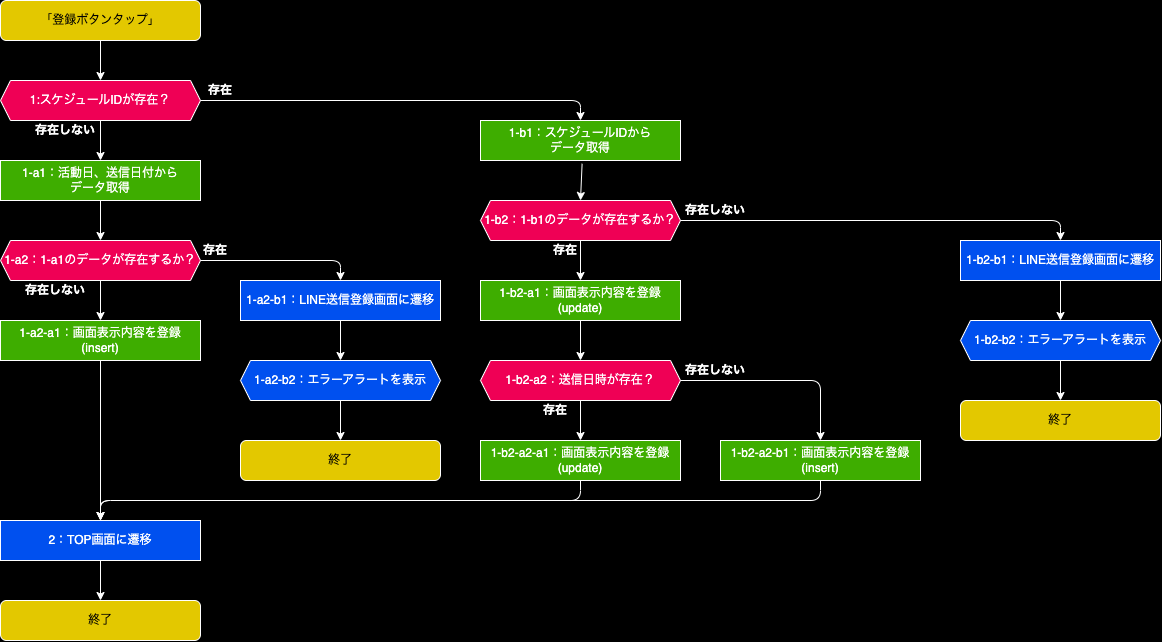
The draw.io diagram 02_裏方作業システム/01_画面設計書/05_LINE送信確認画面/flow_on_regist_button.drawio.png in ShigaFreedom/document_freedom_system, before a commit. Source tidied: cells renumbered, new cells last; positions are measured from the earlier drawing's top-left corner, leaving out a move shared by most shapes. Source of this version:
```xml
<mxGraphModel background="#000000">
  <root>
    <mxCell id="0" />
    <mxCell id="1" parent="0" />
    <mxCell id="2" value="「登録ボタンタップ」" style="rounded=1;whiteSpace=wrap;html=1;strokeColor=#FFFFFF;fillColor=#e3c800;fontColor=#000000;" parent="1" vertex="1">
      <mxGeometry width="200" height="40" as="geometry" />
    </mxCell>
    <mxCell id="3" value="1:スケジュールIDが存在？" style="shape=hexagon;perimeter=hexagonPerimeter2;whiteSpace=wrap;html=1;fixedSize=1;fillColor=#ef0055;size=10;fontColor=#FFFFFF;strokeColor=#FFFFFF;" parent="1" vertex="1">
      <mxGeometry y="80" width="200" height="40" as="geometry" />
    </mxCell>
    <mxCell id="4" style="endArrow=classic;html=1;strokeColor=#FFFFFF;exitX=0.5;exitY=1;exitDx=0;exitDy=0;entryX=0.5;entryY=0;entryDx=0;entryDy=0;" parent="1" edge="1" source="2" target="3">
      <mxGeometry relative="1" as="geometry" />
    </mxCell>
    <mxCell id="5" value="存在しない" style="text;html=1;strokeColor=none;fillColor=none;align=center;verticalAlign=middle;whiteSpace=wrap;rounded=0;fontColor=#FFFFFF;fontStyle=1;" parent="1" vertex="1">
      <mxGeometry x="30" y="120" width="70" height="20" as="geometry" />
    </mxCell>
    <mxCell id="6" value="存在" style="text;html=1;strokeColor=none;fillColor=none;align=center;verticalAlign=middle;whiteSpace=wrap;rounded=0;fontColor=#FFFFFF;fontStyle=1;" parent="1" vertex="1">
      <mxGeometry x="200" y="80" width="40" height="20" as="geometry" />
    </mxCell>
    <mxCell id="7" value="&lt;span style=&quot;color: rgba(0, 0, 0, 0); font-family: monospace; font-size: 0px; text-align: start; background-color: rgb(42, 37, 47);&quot;&gt;%3CmxGraphModel%3E%3Croot%3E%3CmxCell%20id%3D%220%22%2F%3E%3CmxCell%20id%3D%221%22%20parent%3D%220%22%2F%3E%3CmxCell%20id%3D%222%22%20value%3D%22%E5%AD%98%E5%9C%A8%22%20style%3D%22text%3Bhtml%3D1%3BstrokeColor%3Dnone%3BfillColor%3Dnone%3Balign%3Dcenter%3BverticalAlign%3Dmiddle%3BwhiteSpace%3Dwrap%3Brounded%3D0%3BfontColor%3D%23FFFFFF%3BfontStyle%3D1%22%20vertex%3D%221%22%20parent%3D%221%22%3E%3CmxGeometry%20x%3D%22270%22%20y%3D%22120%22%20width%3D%2230%22%20height%3D%2220%22%20as%3D%22geometry%22%2F%3E%3C%2FmxCell%3E%3C%2Froot%3E%3C%2FmxGraphModel%3E&lt;/span&gt;" style="endArrow=classic;html=1;strokeColor=#FFFFFF;exitX=0.5;exitY=1;exitDx=0;exitDy=0;entryX=0.5;entryY=0;entryDx=0;entryDy=0;" parent="1" edge="1" source="3" target="31">
      <mxGeometry relative="1" as="geometry" />
    </mxCell>
    <mxCell id="8" style="endArrow=classic;html=1;strokeColor=#FFFFFF;exitX=1;exitY=0.5;exitDx=0;exitDy=0;entryX=0.5;entryY=0;entryDx=0;entryDy=0;" parent="1" edge="1" source="3" target="48">
      <mxGeometry relative="1" as="geometry">
        <Array as="points">
          <mxPoint x="580" y="100" />
        </Array>
      </mxGeometry>
    </mxCell>
    <mxCell id="9" value="1-b2：1-b1のデータが存在するか？" style="shape=hexagon;perimeter=hexagonPerimeter2;whiteSpace=wrap;html=1;fixedSize=1;fillColor=#ef0055;size=10;fontColor=#FFFFFF;strokeColor=#FFFFFF;" parent="1" vertex="1">
      <mxGeometry x="480" y="200" width="200" height="40" as="geometry" />
    </mxCell>
    <mxCell id="10" value="存在" style="text;html=1;strokeColor=none;fillColor=none;align=center;verticalAlign=middle;whiteSpace=wrap;rounded=0;fontColor=#FFFFFF;fontStyle=1;" parent="1" vertex="1">
      <mxGeometry x="550" y="240" width="30" height="20" as="geometry" />
    </mxCell>
    <mxCell id="11" style="endArrow=classic;html=1;strokeColor=#FFFFFF;exitX=0.5;exitY=1;exitDx=0;exitDy=0;entryX=0.5;entryY=0;entryDx=0;entryDy=0;" parent="1" edge="1" source="9" target="22">
      <mxGeometry relative="1" as="geometry" />
    </mxCell>
    <mxCell id="12" value="存在しない" style="text;html=1;strokeColor=none;fillColor=none;align=center;verticalAlign=middle;whiteSpace=wrap;rounded=0;fontColor=#FFFFFF;fontStyle=1;" parent="1" vertex="1">
      <mxGeometry x="680" y="200" width="70" height="20" as="geometry" />
    </mxCell>
    <mxCell id="13" style="endArrow=classic;html=1;strokeColor=#FFFFFF;exitX=1;exitY=0.5;exitDx=0;exitDy=0;entryX=0.5;entryY=0;entryDx=0;entryDy=0;" parent="1" edge="1" source="9" target="44">
      <mxGeometry relative="1" as="geometry">
        <Array as="points">
          <mxPoint x="1060" y="220" />
        </Array>
      </mxGeometry>
    </mxCell>
    <mxCell id="14" value="&lt;span style=&quot;color: rgba(0, 0, 0, 0); font-family: monospace; font-size: 0px; text-align: start; background-color: rgb(42, 37, 47);&quot;&gt;%3CmxGraphModel%3E%3Croot%3E%3CmxCell%20id%3D%220%22%2F%3E%3CmxCell%20id%3D%221%22%20parent%3D%220%22%2F%3E%3CmxCell%20id%3D%222%22%20value%3D%22%E5%AD%98%E5%9C%A8%22%20style%3D%22text%3Bhtml%3D1%3BstrokeColor%3Dnone%3BfillColor%3Dnone%3Balign%3Dcenter%3BverticalAlign%3Dmiddle%3BwhiteSpace%3Dwrap%3Brounded%3D0%3BfontColor%3D%23FFFFFF%3BfontStyle%3D1%22%20vertex%3D%221%22%20parent%3D%221%22%3E%3CmxGeometry%20x%3D%22270%22%20y%3D%22120%22%20width%3D%2230%22%20height%3D%2220%22%20as%3D%22geometry%22%2F%3E%3C%2FmxCell%3E%3C%2Froot%3E%3C%2FmxGraphModel%3E&lt;/span&gt;" style="endArrow=classic;html=1;strokeColor=#FFFFFF;exitX=0.508;exitY=1.082;exitDx=0;exitDy=0;entryX=0.5;entryY=0;entryDx=0;entryDy=0;exitPerimeter=0;" parent="1" edge="1" source="48" target="9">
      <mxGeometry relative="1" as="geometry" />
    </mxCell>
    <mxCell id="15" value="1-b2-a2-a1：画面表示内容を登録&lt;br&gt;(update)" style="rounded=0;whiteSpace=wrap;html=1;strokeColor=#FFFFFF;fillColor=#3EAD00;fontColor=#FFFFFF;" parent="1" vertex="1">
      <mxGeometry x="480" y="440" width="200" height="40" as="geometry" />
    </mxCell>
    <mxCell id="16" value="1-b2-a2：送信日時が存在？" style="shape=hexagon;perimeter=hexagonPerimeter2;whiteSpace=wrap;html=1;fixedSize=1;fillColor=#ef0055;size=10;fontColor=#FFFFFF;strokeColor=#FFFFFF;" parent="1" vertex="1">
      <mxGeometry x="480" y="360" width="200" height="40" as="geometry" />
    </mxCell>
    <mxCell id="17" value="存在" style="text;html=1;strokeColor=none;fillColor=none;align=center;verticalAlign=middle;whiteSpace=wrap;rounded=0;fontColor=#FFFFFF;fontStyle=1;" parent="1" vertex="1">
      <mxGeometry x="540" y="400" width="30" height="20" as="geometry" />
    </mxCell>
    <mxCell id="18" value="存在しない" style="text;html=1;strokeColor=none;fillColor=none;align=center;verticalAlign=middle;whiteSpace=wrap;rounded=0;fontColor=#FFFFFF;fontStyle=1;" parent="1" vertex="1">
      <mxGeometry x="680" y="360" width="70" height="20" as="geometry" />
    </mxCell>
    <mxCell id="19" style="endArrow=classic;html=1;strokeColor=#FFFFFF;exitX=0.5;exitY=1;exitDx=0;exitDy=0;entryX=0.5;entryY=0;entryDx=0;entryDy=0;" parent="1" edge="1" source="16" target="15">
      <mxGeometry relative="1" as="geometry" />
    </mxCell>
    <mxCell id="20" value="1-b2-a2-b1：画面表示内容を登録&lt;br&gt;(insert)" style="rounded=0;whiteSpace=wrap;html=1;strokeColor=#FFFFFF;fillColor=#3EAD00;fontColor=#FFFFFF;" parent="1" vertex="1">
      <mxGeometry x="720" y="440" width="200" height="40" as="geometry" />
    </mxCell>
    <mxCell id="21" style="endArrow=classic;html=1;strokeColor=#FFFFFF;exitX=1;exitY=0.5;exitDx=0;exitDy=0;entryX=0.5;entryY=0;entryDx=0;entryDy=0;" parent="1" edge="1" source="16" target="20">
      <mxGeometry relative="1" as="geometry">
        <Array as="points">
          <mxPoint x="820" y="380" />
        </Array>
      </mxGeometry>
    </mxCell>
    <mxCell id="22" value="1-b2-a1：画面表示内容を登録&lt;br&gt;(update)" style="rounded=0;whiteSpace=wrap;html=1;strokeColor=#FFFFFF;fillColor=#3EAD00;fontColor=#FFFFFF;" parent="1" vertex="1">
      <mxGeometry x="480" y="280" width="200" height="40" as="geometry" />
    </mxCell>
    <mxCell id="23" style="endArrow=classic;html=1;strokeColor=#FFFFFF;exitX=0.5;exitY=1;exitDx=0;exitDy=0;entryX=0.5;entryY=0;entryDx=0;entryDy=0;" parent="1" edge="1" source="22" target="16">
      <mxGeometry relative="1" as="geometry" />
    </mxCell>
    <mxCell id="24" style="endArrow=classic;html=1;strokeColor=#FFFFFF;exitX=0.5;exitY=1;exitDx=0;exitDy=0;entryX=0.5;entryY=0;entryDx=0;entryDy=0;" parent="1" edge="1" source="15" target="39">
      <mxGeometry relative="1" as="geometry">
        <Array as="points">
          <mxPoint x="580" y="500" />
          <mxPoint x="100" y="500" />
        </Array>
      </mxGeometry>
    </mxCell>
    <mxCell id="25" style="endArrow=classic;html=1;strokeColor=#FFFFFF;exitX=0.5;exitY=1;exitDx=0;exitDy=0;entryX=0.5;entryY=0;entryDx=0;entryDy=0;" parent="1" edge="1" source="20" target="39">
      <mxGeometry relative="1" as="geometry">
        <Array as="points">
          <mxPoint x="820" y="500" />
          <mxPoint x="100" y="500" />
        </Array>
      </mxGeometry>
    </mxCell>
    <mxCell id="26" value="1-a2：1-a1のデータが存在するか？" style="shape=hexagon;perimeter=hexagonPerimeter2;whiteSpace=wrap;html=1;fixedSize=1;fillColor=#ef0055;size=10;fontColor=#FFFFFF;strokeColor=#FFFFFF;" parent="1" vertex="1">
      <mxGeometry y="240" width="200" height="40" as="geometry" />
    </mxCell>
    <mxCell id="27" value="存在しない" style="text;html=1;strokeColor=none;fillColor=none;align=center;verticalAlign=middle;whiteSpace=wrap;rounded=0;fontColor=#FFFFFF;fontStyle=1;" parent="1" vertex="1">
      <mxGeometry x="20" y="280" width="70" height="20" as="geometry" />
    </mxCell>
    <mxCell id="28" value="存在" style="text;html=1;strokeColor=none;fillColor=none;align=center;verticalAlign=middle;whiteSpace=wrap;rounded=0;fontColor=#FFFFFF;fontStyle=1;" parent="1" vertex="1">
      <mxGeometry x="200" y="240" width="30" height="20" as="geometry" />
    </mxCell>
    <mxCell id="29" style="endArrow=classic;html=1;strokeColor=#FFFFFF;exitX=0.5;exitY=1;exitDx=0;exitDy=0;entryX=0.5;entryY=0;entryDx=0;entryDy=0;" parent="1" edge="1" source="26" target="36">
      <mxGeometry relative="1" as="geometry" />
    </mxCell>
    <mxCell id="30" value="終了" style="rounded=1;whiteSpace=wrap;html=1;strokeColor=#FFFFFF;fillColor=#e3c800;fontColor=#000000;" parent="1" vertex="1">
      <mxGeometry x="240" y="440" width="200" height="40" as="geometry" />
    </mxCell>
    <mxCell id="31" value="1-a1：活動日、送信日付から&lt;br&gt;データ取得" style="rounded=0;whiteSpace=wrap;html=1;strokeColor=#FFFFFF;fillColor=#3EAD00;fontColor=#FFFFFF;" parent="1" vertex="1">
      <mxGeometry y="160" width="200" height="40" as="geometry" />
    </mxCell>
    <mxCell id="32" style="endArrow=classic;html=1;strokeColor=#FFFFFF;exitX=0.5;exitY=1;exitDx=0;exitDy=0;entryX=0.5;entryY=0;entryDx=0;entryDy=0;" parent="1" edge="1" source="31" target="26">
      <mxGeometry relative="1" as="geometry" />
    </mxCell>
    <mxCell id="33" value="1-a2-b1：LINE送信登録画面に遷移" style="rounded=0;whiteSpace=wrap;html=1;strokeColor=#FFFFFF;fillColor=#0050ef;fontColor=#ffffff;" parent="1" vertex="1">
      <mxGeometry x="240" y="280" width="200" height="40" as="geometry" />
    </mxCell>
    <mxCell id="34" style="endArrow=classic;html=1;strokeColor=#FFFFFF;exitX=0.5;exitY=1;exitDx=0;exitDy=0;entryX=0.5;entryY=0;entryDx=0;entryDy=0;" parent="1" edge="1" source="33" target="41">
      <mxGeometry relative="1" as="geometry" />
    </mxCell>
    <mxCell id="35" style="endArrow=classic;html=1;strokeColor=#FFFFFF;exitX=1;exitY=0.5;exitDx=0;exitDy=0;entryX=0.5;entryY=0;entryDx=0;entryDy=0;" parent="1" edge="1" source="26" target="33">
      <mxGeometry relative="1" as="geometry">
        <Array as="points">
          <mxPoint x="340" y="260" />
        </Array>
      </mxGeometry>
    </mxCell>
    <mxCell id="36" value="1-a2-a1：画面表示内容を登録(insert)" style="rounded=0;whiteSpace=wrap;html=1;strokeColor=#FFFFFF;fillColor=#3EAD00;fontColor=#FFFFFF;" parent="1" vertex="1">
      <mxGeometry y="320" width="200" height="40" as="geometry" />
    </mxCell>
    <mxCell id="37" style="endArrow=classic;html=1;strokeColor=#FFFFFF;exitX=0.5;exitY=1;exitDx=0;exitDy=0;entryX=0.5;entryY=0;entryDx=0;entryDy=0;" parent="1" edge="1" source="36" target="39">
      <mxGeometry relative="1" as="geometry" />
    </mxCell>
    <mxCell id="38" value="終了" style="rounded=1;whiteSpace=wrap;html=1;strokeColor=#FFFFFF;fillColor=#e3c800;fontColor=#000000;" parent="1" vertex="1">
      <mxGeometry y="600" width="200" height="40" as="geometry" />
    </mxCell>
    <mxCell id="39" value="2：TOP画面に遷移" style="rounded=0;whiteSpace=wrap;html=1;strokeColor=#FFFFFF;fillColor=#0050ef;fontColor=#ffffff;" parent="1" vertex="1">
      <mxGeometry y="520" width="200" height="40" as="geometry" />
    </mxCell>
    <mxCell id="40" style="endArrow=classic;html=1;strokeColor=#FFFFFF;exitX=0.5;exitY=1;exitDx=0;exitDy=0;entryX=0.5;entryY=0;entryDx=0;entryDy=0;" parent="1" edge="1" source="39" target="38">
      <mxGeometry relative="1" as="geometry" />
    </mxCell>
    <mxCell id="41" value="1-a2-b2：エラーアラートを表示" style="shape=hexagon;perimeter=hexagonPerimeter2;whiteSpace=wrap;html=1;fixedSize=1;fillColor=#0050EF;size=10;fontColor=#FFFFFF;strokeColor=#FFFFFF;" parent="1" vertex="1">
      <mxGeometry x="240" y="360" width="200" height="40" as="geometry" />
    </mxCell>
    <mxCell id="42" style="endArrow=classic;html=1;strokeColor=#FFFFFF;exitX=0.5;exitY=1;exitDx=0;exitDy=0;entryX=0.5;entryY=0;entryDx=0;entryDy=0;" parent="1" edge="1" source="41" target="30">
      <mxGeometry relative="1" as="geometry" />
    </mxCell>
    <mxCell id="43" value="終了" style="rounded=1;whiteSpace=wrap;html=1;strokeColor=#FFFFFF;fillColor=#e3c800;fontColor=#000000;" parent="1" vertex="1">
      <mxGeometry x="960" y="400" width="200" height="40" as="geometry" />
    </mxCell>
    <mxCell id="44" value="1-b2-b1：LINE送信登録画面に遷移" style="rounded=0;whiteSpace=wrap;html=1;strokeColor=#FFFFFF;fillColor=#0050ef;fontColor=#ffffff;" parent="1" vertex="1">
      <mxGeometry x="960" y="240" width="200" height="40" as="geometry" />
    </mxCell>
    <mxCell id="45" style="endArrow=classic;html=1;strokeColor=#FFFFFF;exitX=0.5;exitY=1;exitDx=0;exitDy=0;entryX=0.5;entryY=0;entryDx=0;entryDy=0;" parent="1" edge="1" source="44" target="46">
      <mxGeometry relative="1" as="geometry" />
    </mxCell>
    <mxCell id="46" value="1-b2-b2：エラーアラートを表示" style="shape=hexagon;perimeter=hexagonPerimeter2;whiteSpace=wrap;html=1;fixedSize=1;fillColor=#0050EF;size=10;fontColor=#FFFFFF;strokeColor=#FFFFFF;" parent="1" vertex="1">
      <mxGeometry x="960" y="320" width="200" height="40" as="geometry" />
    </mxCell>
    <mxCell id="47" style="endArrow=classic;html=1;strokeColor=#FFFFFF;exitX=0.5;exitY=1;exitDx=0;exitDy=0;entryX=0.5;entryY=0;entryDx=0;entryDy=0;" parent="1" edge="1" source="46" target="43">
      <mxGeometry relative="1" as="geometry" />
    </mxCell>
    <mxCell id="48" value="1-b1：スケジュールIDから&lt;br&gt;データ取得" style="rounded=0;whiteSpace=wrap;html=1;strokeColor=#FFFFFF;fillColor=#3EAD00;fontColor=#FFFFFF;" parent="1" vertex="1">
      <mxGeometry x="480" y="120" width="200" height="40" as="geometry" />
    </mxCell>
  </root>
</mxGraphModel>
```
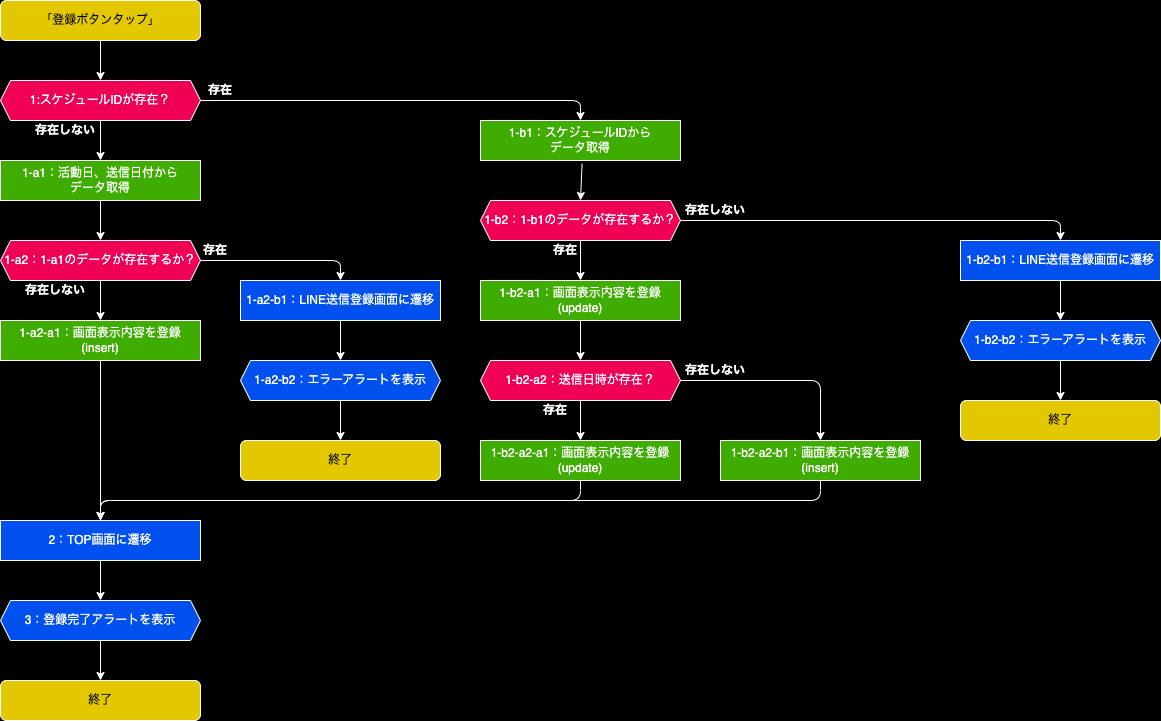
Above is the later version.

Change to the diagram source:
```diff
@@ -137,12 +137,12 @@
       <mxGeometry relative="1" as="geometry" />
     </mxCell>
     <mxCell id="38" value="終了" style="rounded=1;whiteSpace=wrap;html=1;strokeColor=#FFFFFF;fillColor=#e3c800;fontColor=#000000;" parent="1" vertex="1">
-      <mxGeometry y="600" width="200" height="40" as="geometry" />
+      <mxGeometry y="680" width="200" height="40" as="geometry" />
     </mxCell>
     <mxCell id="39" value="2：TOP画面に遷移" style="rounded=0;whiteSpace=wrap;html=1;strokeColor=#FFFFFF;fillColor=#0050ef;fontColor=#ffffff;" parent="1" vertex="1">
       <mxGeometry y="520" width="200" height="40" as="geometry" />
     </mxCell>
-    <mxCell id="40" style="endArrow=classic;html=1;strokeColor=#FFFFFF;exitX=0.5;exitY=1;exitDx=0;exitDy=0;entryX=0.5;entryY=0;entryDx=0;entryDy=0;" parent="1" edge="1" source="39" target="38">
+    <mxCell id="40" style="endArrow=classic;html=1;strokeColor=#FFFFFF;exitX=0.5;exitY=1;exitDx=0;exitDy=0;entryX=0.5;entryY=0;entryDx=0;entryDy=0;" parent="1" edge="1" source="39" target="49">
       <mxGeometry relative="1" as="geometry" />
     </mxCell>
     <mxCell id="41" value="1-a2-b2：エラーアラートを表示" style="shape=hexagon;perimeter=hexagonPerimeter2;whiteSpace=wrap;html=1;fixedSize=1;fillColor=#0050EF;size=10;fontColor=#FFFFFF;strokeColor=#FFFFFF;" parent="1" vertex="1">
@@ -169,5 +169,11 @@
     <mxCell id="48" value="1-b1：スケジュールIDから&lt;br&gt;データ取得" style="rounded=0;whiteSpace=wrap;html=1;strokeColor=#FFFFFF;fillColor=#3EAD00;fontColor=#FFFFFF;" parent="1" vertex="1">
       <mxGeometry x="480" y="120" width="200" height="40" as="geometry" />
     </mxCell>
+    <mxCell id="49" value="3：登録完了アラートを表示" style="shape=hexagon;perimeter=hexagonPerimeter2;whiteSpace=wrap;html=1;fixedSize=1;fillColor=#0050EF;size=10;fontColor=#FFFFFF;strokeColor=#FFFFFF;" parent="1" vertex="1">
+      <mxGeometry y="600" width="200" height="40" as="geometry" />
+    </mxCell>
+    <mxCell id="50" style="endArrow=classic;html=1;strokeColor=#FFFFFF;exitX=0.5;exitY=1;exitDx=0;exitDy=0;entryX=0.5;entryY=0;entryDx=0;entryDy=0;" parent="1" edge="1" source="49" target="38">
+      <mxGeometry relative="1" as="geometry" />
+    </mxCell>
   </root>
 </mxGraphModel>
```
